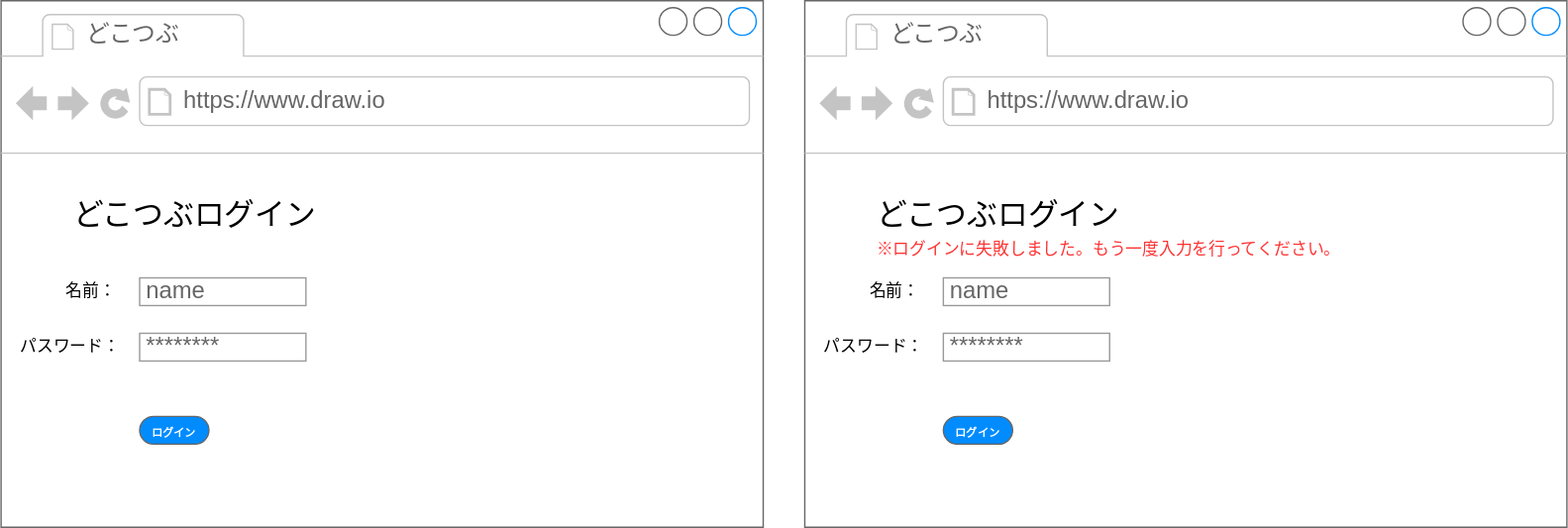
The draw.io diagram ScreenDesignLoginOK.svg in akira-sanada/dokotubu2, before a commit. Source tidied: cells renumbered, new cells last; positions are measured from the earlier drawing's top-left corner, leaving out a move shared by most shapes. The source it was exported from:
```xml
<mxGraphModel>
  <root>
    <mxCell id="0" />
    <mxCell id="1" parent="0" />
    <mxCell id="2" style="strokeWidth=1;shadow=0;dashed=0;align=center;html=1;shape=mxgraph.mockup.containers.browserWindow;rSize=0;strokeColor=#666666;strokeColor2=#008cff;strokeColor3=#c4c4c4;mainText=,;" parent="1" vertex="1">
      <mxGeometry width="550" height="380" as="geometry" />
    </mxCell>
    <mxCell id="3" value="どこつぶ" style="strokeWidth=1;shadow=0;dashed=0;align=center;html=1;shape=mxgraph.mockup.containers.anchor;fontSize=17;fontColor=#666666;align=left;whiteSpace=wrap;" parent="2" vertex="1">
      <mxGeometry x="60" y="12" width="110" height="26" as="geometry" />
    </mxCell>
    <mxCell id="4" value="https://www.draw.io" style="strokeWidth=1;shadow=0;dashed=0;align=center;html=1;shape=mxgraph.mockup.containers.anchor;rSize=0;fontSize=17;fontColor=#666666;align=left;" parent="2" vertex="1">
      <mxGeometry x="130" y="60" width="250" height="26" as="geometry" />
    </mxCell>
    <mxCell id="5" value="&lt;font style=&quot;font-size: 22px;&quot;&gt;どこつぶログイン&lt;/font&gt;" style="text;html=1;align=center;verticalAlign=middle;whiteSpace=wrap;rounded=0;" parent="2" vertex="1">
      <mxGeometry y="140" width="280" height="30" as="geometry" />
    </mxCell>
    <mxCell id="6" value="name" style="strokeWidth=1;shadow=0;dashed=0;align=center;html=1;shape=mxgraph.mockup.forms.pwField;strokeColor=#999999;mainText=;align=left;fontColor=#666666;fontSize=17;spacingLeft=3;" parent="2" vertex="1">
      <mxGeometry x="100" y="200" width="120" height="20" as="geometry" />
    </mxCell>
    <mxCell id="7" value="********" style="strokeWidth=1;shadow=0;dashed=0;align=center;html=1;shape=mxgraph.mockup.forms.pwField;strokeColor=#999999;mainText=;align=left;fontColor=#666666;fontSize=17;spacingLeft=3;" parent="2" vertex="1">
      <mxGeometry x="100" y="240" width="120" height="20" as="geometry" />
    </mxCell>
    <mxCell id="8" value="名前：" style="text;html=1;align=center;verticalAlign=middle;whiteSpace=wrap;rounded=0;" parent="2" vertex="1">
      <mxGeometry x="30" y="195" width="70" height="30" as="geometry" />
    </mxCell>
    <mxCell id="9" value="パスワード：" style="text;html=1;align=center;verticalAlign=middle;whiteSpace=wrap;rounded=0;" parent="2" vertex="1">
      <mxGeometry x="10" y="235" width="80" height="30" as="geometry" />
    </mxCell>
    <mxCell id="10" value="&lt;font style=&quot;font-size: 8px;&quot;&gt;ログイン&lt;/font&gt;" style="strokeWidth=1;shadow=0;dashed=0;align=center;html=1;shape=mxgraph.mockup.buttons.button;strokeColor=#666666;fontColor=#ffffff;mainText=;buttonStyle=round;fontSize=17;fontStyle=1;fillColor=#008cff;whiteSpace=wrap;" parent="2" vertex="1">
      <mxGeometry x="100" y="300" width="50" height="20" as="geometry" />
    </mxCell>
    <mxCell id="11" style="strokeWidth=1;shadow=0;dashed=0;align=center;html=1;shape=mxgraph.mockup.containers.browserWindow;rSize=0;strokeColor=#666666;strokeColor2=#008cff;strokeColor3=#c4c4c4;mainText=,;" parent="1" vertex="1">
      <mxGeometry x="580" width="550" height="380" as="geometry" />
    </mxCell>
    <mxCell id="12" value="どこつぶ" style="strokeWidth=1;shadow=0;dashed=0;align=center;html=1;shape=mxgraph.mockup.containers.anchor;fontSize=17;fontColor=#666666;align=left;whiteSpace=wrap;" parent="11" vertex="1">
      <mxGeometry x="60" y="12" width="110" height="26" as="geometry" />
    </mxCell>
    <mxCell id="13" value="https://www.draw.io" style="strokeWidth=1;shadow=0;dashed=0;align=center;html=1;shape=mxgraph.mockup.containers.anchor;rSize=0;fontSize=17;fontColor=#666666;align=left;" parent="11" vertex="1">
      <mxGeometry x="130" y="60" width="250" height="26" as="geometry" />
    </mxCell>
    <mxCell id="14" value="&lt;font style=&quot;font-size: 22px;&quot;&gt;どこつぶログイン&lt;/font&gt;" style="text;html=1;align=center;verticalAlign=middle;whiteSpace=wrap;rounded=0;" parent="11" vertex="1">
      <mxGeometry y="140" width="280" height="30" as="geometry" />
    </mxCell>
    <mxCell id="15" value="name" style="strokeWidth=1;shadow=0;dashed=0;align=center;html=1;shape=mxgraph.mockup.forms.pwField;strokeColor=#999999;mainText=;align=left;fontColor=#666666;fontSize=17;spacingLeft=3;" parent="11" vertex="1">
      <mxGeometry x="100" y="200" width="120" height="20" as="geometry" />
    </mxCell>
    <mxCell id="16" value="********" style="strokeWidth=1;shadow=0;dashed=0;align=center;html=1;shape=mxgraph.mockup.forms.pwField;strokeColor=#999999;mainText=;align=left;fontColor=#666666;fontSize=17;spacingLeft=3;" parent="11" vertex="1">
      <mxGeometry x="100" y="240" width="120" height="20" as="geometry" />
    </mxCell>
    <mxCell id="17" value="名前：" style="text;html=1;align=center;verticalAlign=middle;whiteSpace=wrap;rounded=0;" parent="11" vertex="1">
      <mxGeometry x="30" y="195" width="70" height="30" as="geometry" />
    </mxCell>
    <mxCell id="18" value="パスワード：" style="text;html=1;align=center;verticalAlign=middle;whiteSpace=wrap;rounded=0;" parent="11" vertex="1">
      <mxGeometry x="10" y="235" width="80" height="30" as="geometry" />
    </mxCell>
    <mxCell id="19" value="&lt;font style=&quot;font-size: 8px;&quot;&gt;ログイン&lt;/font&gt;" style="strokeWidth=1;shadow=0;dashed=0;align=center;html=1;shape=mxgraph.mockup.buttons.button;strokeColor=#666666;fontColor=#ffffff;mainText=;buttonStyle=round;fontSize=17;fontStyle=1;fillColor=#008cff;whiteSpace=wrap;" parent="11" vertex="1">
      <mxGeometry x="100" y="300" width="50" height="20" as="geometry" />
    </mxCell>
    <mxCell id="20" value="&lt;font color=&quot;#ff3333&quot;&gt;※ログインに失敗しました。&lt;/font&gt;&lt;span style=&quot;color: rgb(255, 51, 51); background-color: initial;&quot;&gt;もう一度入力を行ってください。&lt;/span&gt;" style="text;html=1;align=left;verticalAlign=middle;whiteSpace=wrap;rounded=0;" parent="11" vertex="1">
      <mxGeometry x="50" y="165" width="350" height="30" as="geometry" />
    </mxCell>
  </root>
</mxGraphModel>
```
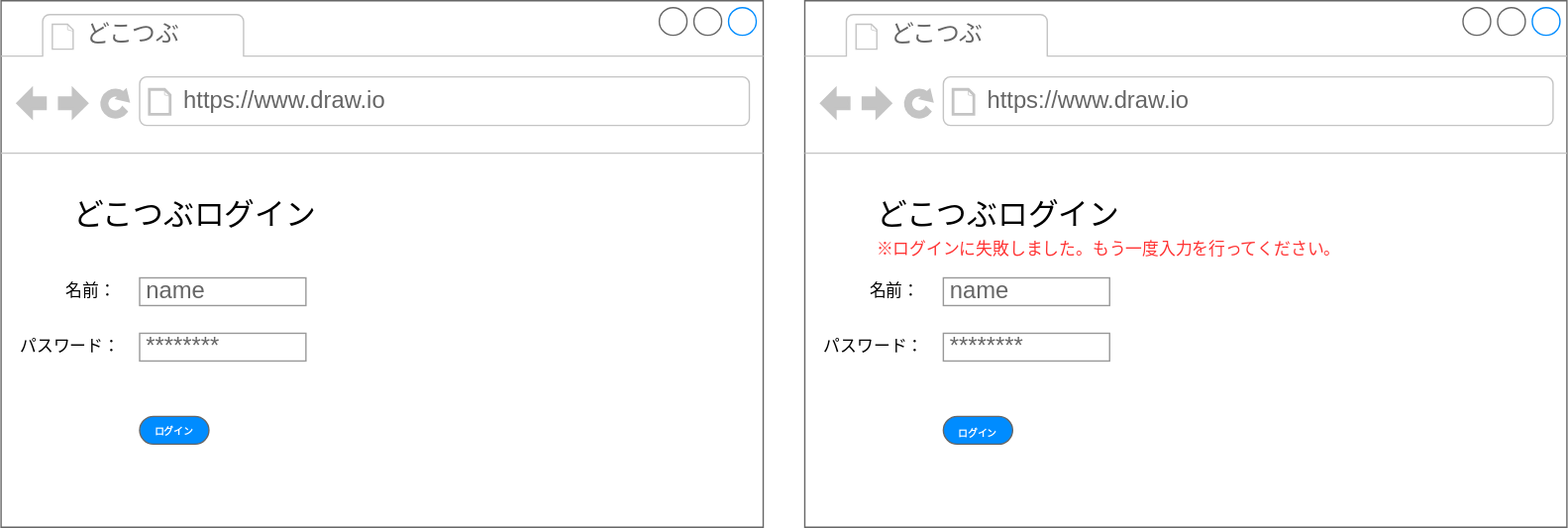
The same diagram one commit later.

Diff of the diagram source:
```diff
@@ -26,7 +26,7 @@
     <mxCell id="9" value="パスワード：" style="text;html=1;align=center;verticalAlign=middle;whiteSpace=wrap;rounded=0;" parent="2" vertex="1">
       <mxGeometry x="10" y="235" width="80" height="30" as="geometry" />
     </mxCell>
-    <mxCell id="10" value="&lt;font style=&quot;font-size: 8px;&quot;&gt;ログイン&lt;/font&gt;" style="strokeWidth=1;shadow=0;dashed=0;align=center;html=1;shape=mxgraph.mockup.buttons.button;strokeColor=#666666;fontColor=#ffffff;mainText=;buttonStyle=round;fontSize=17;fontStyle=1;fillColor=#008cff;whiteSpace=wrap;" parent="2" vertex="1">
+    <mxCell id="10" value="&lt;p style=&quot;line-height: 233%;&quot;&gt;&lt;font style=&quot;font-size: 7px;&quot;&gt;ログイン&lt;/font&gt;&lt;/p&gt;" style="strokeWidth=1;shadow=0;dashed=0;align=center;html=1;shape=mxgraph.mockup.buttons.button;strokeColor=#666666;fontColor=#ffffff;mainText=;buttonStyle=round;fontSize=17;fontStyle=1;fillColor=#008cff;whiteSpace=wrap;" parent="2" vertex="1">
       <mxGeometry x="100" y="300" width="50" height="20" as="geometry" />
     </mxCell>
     <mxCell id="11" style="strokeWidth=1;shadow=0;dashed=0;align=center;html=1;shape=mxgraph.mockup.containers.browserWindow;rSize=0;strokeColor=#666666;strokeColor2=#008cff;strokeColor3=#c4c4c4;mainText=,;" parent="1" vertex="1">
@@ -53,7 +53,7 @@
     <mxCell id="18" value="パスワード：" style="text;html=1;align=center;verticalAlign=middle;whiteSpace=wrap;rounded=0;" parent="11" vertex="1">
       <mxGeometry x="10" y="235" width="80" height="30" as="geometry" />
     </mxCell>
-    <mxCell id="19" value="&lt;font style=&quot;font-size: 8px;&quot;&gt;ログイン&lt;/font&gt;" style="strokeWidth=1;shadow=0;dashed=0;align=center;html=1;shape=mxgraph.mockup.buttons.button;strokeColor=#666666;fontColor=#ffffff;mainText=;buttonStyle=round;fontSize=17;fontStyle=1;fillColor=#008cff;whiteSpace=wrap;" parent="11" vertex="1">
+    <mxCell id="19" value="&lt;p style=&quot;line-height: 100%;&quot;&gt;&lt;font style=&quot;font-size: 7px;&quot;&gt;ログイン&lt;/font&gt;&lt;/p&gt;" style="strokeWidth=1;shadow=0;dashed=0;align=center;html=1;shape=mxgraph.mockup.buttons.button;strokeColor=#666666;fontColor=#ffffff;mainText=;buttonStyle=round;fontSize=17;fontStyle=1;fillColor=#008cff;whiteSpace=wrap;" parent="11" vertex="1">
       <mxGeometry x="100" y="300" width="50" height="20" as="geometry" />
     </mxCell>
     <mxCell id="20" value="&lt;font color=&quot;#ff3333&quot;&gt;※ログインに失敗しました。&lt;/font&gt;&lt;span style=&quot;color: rgb(255, 51, 51); background-color: initial;&quot;&gt;もう一度入力を行ってください。&lt;/span&gt;" style="text;html=1;align=left;verticalAlign=middle;whiteSpace=wrap;rounded=0;" parent="11" vertex="1">
```
